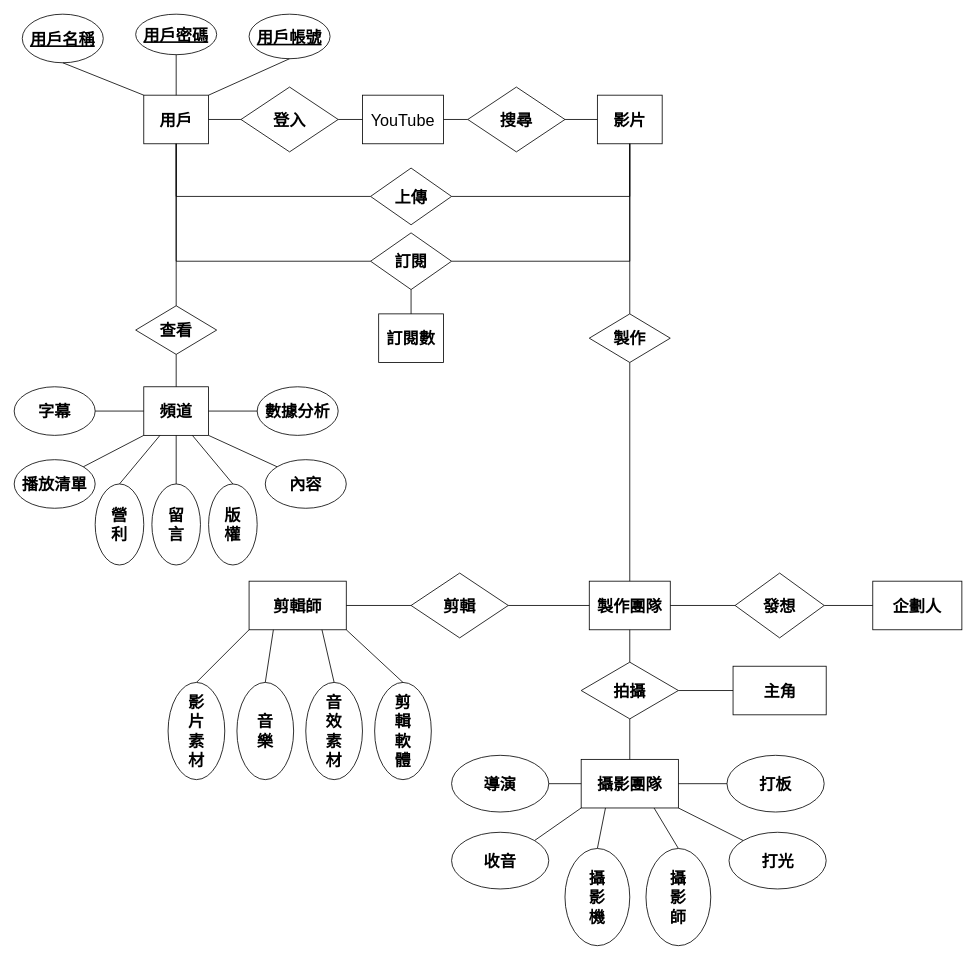
Before: .vscode/Untitled Diagram.drawio in aprilip/test, a draw.io diagram. Source tidied: cells renumbered, new cells numbered last; positions are measured from the earlier drawing's top-left corner, leaving out a move shared by most shapes. Both pictures are drawn from the tidied source at 81%, with x=0, y=0 at pixel (14, 14).
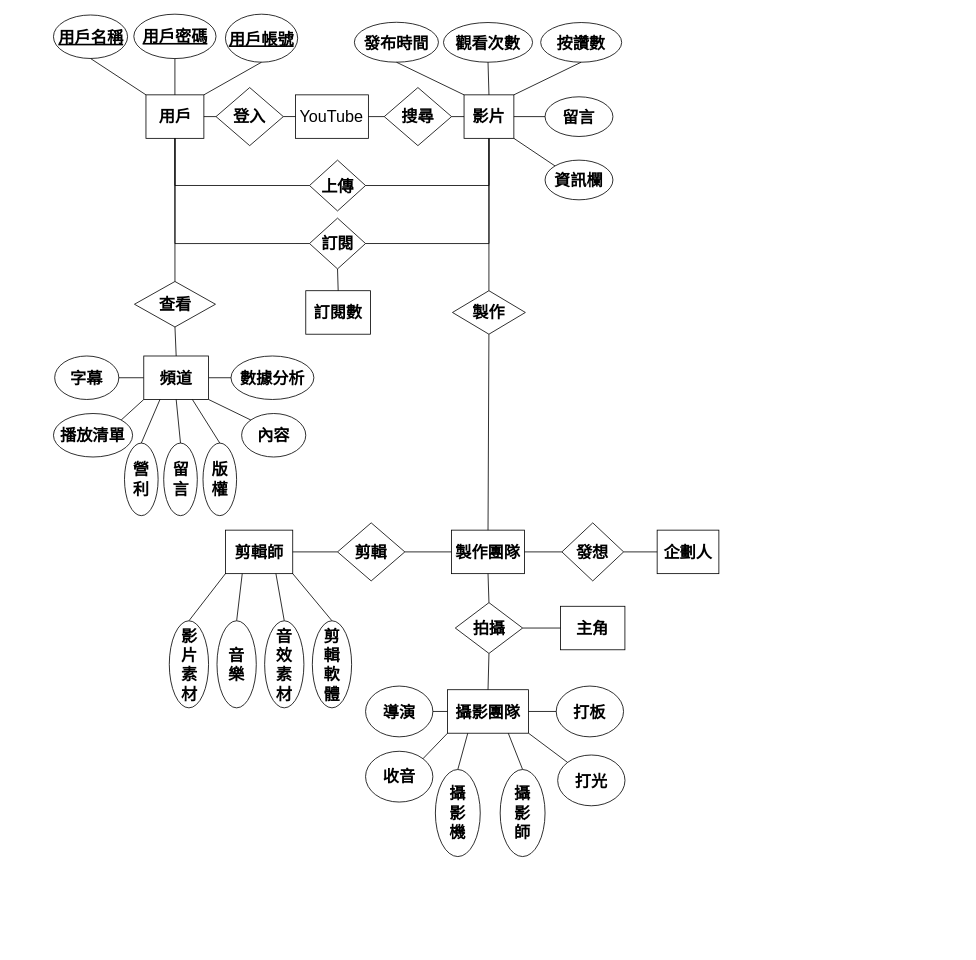
After the change.

The edit, as a diff of the source:
```diff
@@
+    <mxCell id="8" value="&lt;font style=&quot;font-size: 20px;&quot;&gt;&lt;u&gt;用戶名稱&lt;/u&gt;&lt;/font&gt;" style="ellipse;whiteSpace=wrap;html=1;startSize=30;fontStyle=1;" parent="1" vertex="1">
+      <mxGeometry x="48.5" y="1" width="91.5" height="53.7" as="geometry" />
+    </mxCell>
+    <mxCell id="27" style="endArrow=none;html=1;rounded=0;entryX=0;entryY=0;entryDx=0;entryDy=0;exitX=0.5;exitY=1;exitDx=0;exitDy=0;" parent="1" edge="1" source="8" target="6">
+      <mxGeometry relative="1" as="geometry" />
+    </mxCell>
+    <mxCell id="9" value="&lt;font style=&quot;font-size: 20px;&quot;&gt;&lt;u&gt;用戶帳號&lt;/u&gt;&lt;/font&gt;" style="ellipse;whiteSpace=wrap;html=1;startSize=30;fontStyle=1;" parent="1" vertex="1">
+      <mxGeometry x="260.8" width="89.2" height="59.3" as="geometry" />
+    </mxCell>
+    <mxCell id="5" style="edgeStyle=orthogonalEdgeStyle;rounded=0;jettySize=auto;html=1;strokeColor=none;" parent="1" edge="1" source="6" target="9">
+      <mxGeometry relative="1" as="geometry">
+        <Array as="points">
+          <mxPoint x="226.2" y="81.7" />
+          <mxPoint x="295.4" y="81.7" />
+        </Array>
+      </mxGeometry>
+    </mxCell>
+    <mxCell id="25" style="endArrow=none;html=1;rounded=0;exitX=1;exitY=0;exitDx=0;exitDy=0;entryX=0.5;entryY=1;entryDx=0;entryDy=0;" parent="1" edge="1" source="6" target="9">
+      <mxGeometry relative="1" as="geometry" />
+    </mxCell>
+    <mxCell id="20" value="&lt;font style=&quot;font-size: 20px;&quot;&gt;數據分析&lt;/font&gt;" style="ellipse;whiteSpace=wrap;html=1;startSize=30;fontStyle=1;" parent="1" vertex="1">
+      <mxGeometry x="267.7" y="422" width="102.3" height="53.7" as="geometry" />
+    </mxCell>
+    <mxCell id="41" style="endArrow=none;html=1;rounded=0;entryX=1;entryY=0.5;entryDx=0;entryDy=0;exitX=0;exitY=0.5;exitDx=0;exitDy=0;" parent="1" edge="1" source="20" target="11">
+      <mxGeometry relative="1" as="geometry" />
+    </mxCell>
+    <mxCell id="15" value="&lt;font style=&quot;font-size: 20px;&quot;&gt;字幕&lt;/font&gt;" style="ellipse;whiteSpace=wrap;html=1;startSize=30;fontStyle=1;" parent="1" vertex="1">
+      <mxGeometry x="50" y="422" width="79.2" height="53.7" as="geometry" />
+    </mxCell>
+    <mxCell id="40" style="endArrow=none;html=1;rounded=0;entryX=0;entryY=0.5;entryDx=0;entryDy=0;exitX=1;exitY=0.5;exitDx=0;exitDy=0;" parent="1" edge="1" source="15" target="11">
+      <mxGeometry relative="1" as="geometry" />
+    </mxCell>
     <mxCell id="2" value="&lt;font style=&quot;font-size: 20px;&quot;&gt;搜尋&lt;/font&gt;" style="rhombus;whiteSpace=wrap;html=1;startSize=30;fontStyle=1;" parent="1" vertex="1">
-      <mxGeometry x="560" y="90" width="120" height="80" as="geometry" />
+      <mxGeometry x="456.9" y="90.6" width="83.1" height="71.7" as="geometry" />
     </mxCell>
     <mxCell id="3" value="&lt;font style=&quot;font-size: 20px;&quot;&gt;登入&lt;/font&gt;" style="rhombus;whiteSpace=wrap;html=1;startSize=30;fontStyle=1;" parent="1" vertex="1">
-      <mxGeometry x="280" y="90" width="120" height="80" as="geometry" />
+      <mxGeometry x="249.2" y="90.6" width="83.1" height="71.7" as="geometry" />
     </mxCell>
     <mxCell id="4" value="&lt;font style=&quot;font-size: 20px;&quot;&gt;影片&lt;/font&gt;" style="whiteSpace=wrap;html=1;startSize=30;fontStyle=1;" parent="1" vertex="1">
-      <mxGeometry x="720" y="100" width="80" height="60" as="geometry" />
+      <mxGeometry x="555.4" y="99.6" width="61.5" height="53.7" as="geometry" />
     </mxCell>
-    <mxCell id="5" style="edgeStyle=orthogonalEdgeStyle;rounded=0;jettySize=auto;html=1;strokeColor=none;" parent="1" edge="1" source="6" target="9">
-      <mxGeometry relative="1" as="geometry">
-        <Array as="points">
-          <mxPoint x="240" y="80" />
-          <mxPoint x="340" y="80" />
-        </Array>
-      </mxGeometry>
-    </mxCell>
     <mxCell id="6" value="&lt;font style=&quot;font-size: 20px;&quot;&gt;用戶&lt;/font&gt;" style="whiteSpace=wrap;html=1;startSize=30;fontStyle=1;" parent="1" vertex="1">
-      <mxGeometry x="160" y="100" width="80" height="60" as="geometry" />
+      <mxGeometry x="162.7" y="99.6" width="71.5" height="53.7" as="geometry" />
     </mxCell>
-    <mxCell id="7" value="&lt;font style=&quot;font-size: 20px;&quot;&gt;&lt;u&gt;用戶密碼&lt;/u&gt;&lt;/font&gt;" style="ellipse;whiteSpace=wrap;html=1;startSize=30;fontStyle=1;" parent="1" vertex="1">
-      <mxGeometry x="150" width="100" height="50" as="geometry" />
-    </mxCell>
-    <mxCell id="8" value="&lt;font style=&quot;font-size: 20px;&quot;&gt;&lt;u&gt;用戶名稱&lt;/u&gt;&lt;/font&gt;" style="ellipse;whiteSpace=wrap;html=1;startSize=30;fontStyle=1;" parent="1" vertex="1">
-      <mxGeometry x="10" width="100" height="60" as="geometry" />
-    </mxCell>
-    <mxCell id="9" value="&lt;font style=&quot;font-size: 20px;&quot;&gt;&lt;u&gt;用戶帳號&lt;/u&gt;&lt;/font&gt;" style="ellipse;whiteSpace=wrap;html=1;startSize=30;fontStyle=1;" parent="1" vertex="1">
-      <mxGeometry x="290" width="100" height="55" as="geometry" />
-    </mxCell>
     <mxCell id="10" value="&lt;font style=&quot;font-size: 20px;&quot;&gt;查看&lt;/font&gt;" style="rhombus;whiteSpace=wrap;html=1;startSize=30;fontStyle=1;" parent="1" vertex="1">
-      <mxGeometry x="150" y="360" width="100" height="60" as="geometry" />
+      <mxGeometry x="148.5" y="330" width="100" height="56.2" as="geometry" />
     </mxCell>
     <mxCell id="11" value="&lt;font style=&quot;font-size: 20px;&quot;&gt;頻道&lt;/font&gt;" style="whiteSpace=wrap;html=1;startSize=30;fontStyle=1;" parent="1" vertex="1">
-      <mxGeometry x="160" y="460" width="80" height="60" as="geometry" />
+      <mxGeometry x="160" y="422" width="80" height="53.7" as="geometry" />
     </mxCell>
     <mxCell id="12" value="&lt;font style=&quot;font-size: 20px;&quot;&gt;上傳&lt;/font&gt;" style="rhombus;whiteSpace=wrap;html=1;startSize=30;fontStyle=1;" parent="1" vertex="1">
-      <mxGeometry x="440" y="190" width="100" height="70" as="geometry" />
+      <mxGeometry x="364.6" y="180.2" width="69.2" height="62.7" as="geometry" />
     </mxCell>
-    <mxCell id="13" style="edgeStyle=orthogonalEdgeStyle;rounded=0;jettySize=auto;html=1;exitX=1;exitY=0.5;exitDx=0;exitDy=0;" parent="1" edge="1" source="6">
-      <mxGeometry relative="1" as="geometry">
-        <mxPoint x="240" y="130" as="targetPoint" />
-      </mxGeometry>
-    </mxCell>
     <mxCell id="14" value="&lt;font style=&quot;font-size: 20px;&quot;&gt;訂閱&lt;/font&gt;" style="rhombus;whiteSpace=wrap;html=1;startSize=30;fontStyle=1;" parent="1" vertex="1">
-      <mxGeometry x="440" y="270" width="100" height="70" as="geometry" />
+      <mxGeometry x="364.6" y="251.8" width="69.2" height="62.7" as="geometry" />
     </mxCell>
-    <mxCell id="15" value="&lt;font style=&quot;font-size: 20px;&quot;&gt;字幕&lt;/font&gt;" style="ellipse;whiteSpace=wrap;html=1;startSize=30;fontStyle=1;" parent="1" vertex="1">
-      <mxGeometry y="460" width="100" height="60" as="geometry" />
-    </mxCell>
-    <mxCell id="16" value="&lt;font style=&quot;font-size: 20px;&quot;&gt;播放清單&lt;/font&gt;" style="ellipse;whiteSpace=wrap;html=1;startSize=30;fontStyle=1;" parent="1" vertex="1">
-      <mxGeometry y="550" width="100" height="60" as="geometry" />
-    </mxCell>
     <mxCell id="17" value="&lt;b style=&quot;font-size: 20px;&quot;&gt;營&lt;br&gt;利&lt;/b&gt;" style="ellipse;whiteSpace=wrap;html=1;direction=south;" parent="1" vertex="1">
-      <mxGeometry x="100" y="580" width="60" height="100" as="geometry" />
+      <mxGeometry x="136.2" y="529.5" width="41.5" height="89.6" as="geometry" />
     </mxCell>
     <mxCell id="18" value="&lt;b style=&quot;font-size: 20px;&quot;&gt;留&lt;br&gt;言&lt;/b&gt;" style="ellipse;whiteSpace=wrap;html=1;" parent="1" vertex="1">
-      <mxGeometry x="170" y="580" width="60" height="100" as="geometry" />
+      <mxGeometry x="184.6" y="529.5" width="41.5" height="89.6" as="geometry" />
     </mxCell>
     <mxCell id="19" value="&lt;b style=&quot;font-size: 20px;&quot;&gt;版&lt;br&gt;權&lt;/b&gt;" style="ellipse;whiteSpace=wrap;html=1;" parent="1" vertex="1">
-      <mxGeometry x="240" y="580" width="60" height="100" as="geometry" />
+      <mxGeometry x="233.1" y="529.5" width="41.5" height="89.6" as="geometry" />
     </mxCell>
-    <mxCell id="20" value="&lt;font style=&quot;font-size: 20px;&quot;&gt;數據分析&lt;/font&gt;" style="ellipse;whiteSpace=wrap;html=1;startSize=30;fontStyle=1;" parent="1" vertex="1">
-      <mxGeometry x="300" y="460" width="100" height="60" as="geometry" />
-    </mxCell>
     <mxCell id="21" value="&lt;font style=&quot;font-size: 20px;&quot;&gt;&lt;b&gt;內容&lt;/b&gt;&lt;/font&gt;" style="ellipse;whiteSpace=wrap;html=1;" parent="1" vertex="1">
-      <mxGeometry x="310" y="550" width="100" height="60" as="geometry" />
+      <mxGeometry x="280.8" y="493" width="79.2" height="53.7" as="geometry" />
     </mxCell>
     <mxCell id="22" value="&lt;font style=&quot;font-size: 20px;&quot;&gt;訂閱數&lt;/font&gt;" style="whiteSpace=wrap;html=1;startSize=30;fontStyle=1;" parent="1" vertex="1">
-      <mxGeometry x="450" y="370" width="80" height="60" as="geometry" />
+      <mxGeometry x="360" y="341.4" width="80" height="53.7" as="geometry" />
     </mxCell>
     <mxCell id="23" value="&lt;font style=&quot;font-size: 20px;&quot;&gt;製作&lt;/font&gt;" style="rhombus;whiteSpace=wrap;html=1;startSize=30;fontStyle=1;" parent="1" vertex="1">
-      <mxGeometry x="710" y="370" width="100" height="60" as="geometry" />
+      <mxGeometry x="541.1" y="341.4" width="90" height="53.7" as="geometry" />
     </mxCell>
     <mxCell id="24" value="&lt;font style=&quot;font-size: 20px;&quot;&gt;製作團隊&lt;/font&gt;" style="whiteSpace=wrap;html=1;startSize=30;fontStyle=1;" parent="1" vertex="1">
-      <mxGeometry x="710" y="700" width="100" height="60" as="geometry" />
+      <mxGeometry x="540" y="637" width="90" height="53.7" as="geometry" />
     </mxCell>
-    <mxCell id="25" style="endArrow=none;html=1;rounded=0;exitX=1;exitY=0;exitDx=0;exitDy=0;entryX=0.5;entryY=1;entryDx=0;entryDy=0;" parent="1" edge="1" source="6" target="9">
-      <mxGeometry relative="1" as="geometry" />
-    </mxCell>
-    <mxCell id="26" style="endArrow=none;html=1;rounded=0;exitX=0.5;exitY=0;exitDx=0;exitDy=0;entryX=0.5;entryY=1;entryDx=0;entryDy=0;" parent="1" edge="1" source="6" target="7">
-      <mxGeometry relative="1" as="geometry" />
-    </mxCell>
-    <mxCell id="27" style="endArrow=none;html=1;rounded=0;entryX=0;entryY=0;entryDx=0;entryDy=0;exitX=0.5;exitY=1;exitDx=0;exitDy=0;" parent="1" edge="1" source="8" target="6">
-      <mxGeometry relative="1" as="geometry" />
-    </mxCell>
@@
     <mxCell id="29" style="endArrow=none;html=1;rounded=0;exitX=0;exitY=0.5;exitDx=0;exitDy=0;" parent="1" edge="1" source="12">
       <mxGeometry relative="1" as="geometry">
-        <mxPoint x="200" y="160" as="targetPoint" />
+        <mxPoint x="198.5" y="153.3" as="targetPoint" />
         <Array as="points">
-          <mxPoint x="200" y="225" />
+          <mxPoint x="198.5" y="211.5" />
         </Array>
       </mxGeometry>
     </mxCell>
     <mxCell id="30" style="endArrow=none;html=1;rounded=0;exitX=0;exitY=0.5;exitDx=0;exitDy=0;" parent="1" edge="1" source="14">
       <mxGeometry relative="1" as="geometry">
-        <mxPoint x="200" y="160" as="targetPoint" />
+        <mxPoint x="198.5" y="153.3" as="targetPoint" />
         <Array as="points">
-          <mxPoint x="200" y="305" />
+          <mxPoint x="198.5" y="283.2" />
         </Array>
       </mxGeometry>
     </mxCell>
-    <mxCell id="31" style="endArrow=none;html=1;rounded=0;entryX=0;entryY=0.5;entryDx=0;entryDy=0;exitX=1;exitY=0.5;exitDx=0;exitDy=0;" parent="1" edge="1" source="6" target="3">
-      <mxGeometry relative="1" as="geometry" />
-    </mxCell>
     <mxCell id="32" style="endArrow=none;html=1;rounded=0;" parent="1" edge="1" source="3">
       <mxGeometry relative="1" as="geometry">
-        <mxPoint x="440" y="130" as="targetPoint" />
+        <mxPoint x="364.6" y="126.4" as="targetPoint" />
       </mxGeometry>
     </mxCell>
-    <mxCell id="33" style="endArrow=none;html=1;rounded=0;exitX=0;exitY=0.5;exitDx=0;exitDy=0;" parent="1" edge="1" source="2">
-      <mxGeometry relative="1" as="geometry">
-        <mxPoint x="530" y="130" as="targetPoint" />
-      </mxGeometry>
-    </mxCell>
@@
     <mxCell id="36" style="endArrow=none;html=1;rounded=0;entryX=0.5;entryY=1;entryDx=0;entryDy=0;exitX=1;exitY=0.5;exitDx=0;exitDy=0;" parent="1" edge="1" source="12" target="4">
       <mxGeometry relative="1" as="geometry">
         <Array as="points">
-          <mxPoint x="760" y="225" />
+          <mxPoint x="586.2" y="211.5" />
         </Array>
       </mxGeometry>
     </mxCell>
     <mxCell id="37" style="endArrow=none;html=1;rounded=0;exitX=1;exitY=0.5;exitDx=0;exitDy=0;entryX=0.5;entryY=1;entryDx=0;entryDy=0;" parent="1" edge="1" source="14" target="4">
       <mxGeometry relative="1" as="geometry">
         <Array as="points">
-          <mxPoint x="760" y="305" />
+          <mxPoint x="586.2" y="283.2" />
         </Array>
       </mxGeometry>
     </mxCell>
@@
-    <mxCell id="40" style="endArrow=none;html=1;rounded=0;entryX=0;entryY=0.5;entryDx=0;entryDy=0;exitX=1;exitY=0.5;exitDx=0;exitDy=0;" parent="1" edge="1" source="15" target="11">
-      <mxGeometry relative="1" as="geometry" />
-    </mxCell>
-    <mxCell id="41" style="endArrow=none;html=1;rounded=0;entryX=1;entryY=0.5;entryDx=0;entryDy=0;exitX=0;exitY=0.5;exitDx=0;exitDy=0;" parent="1" edge="1" source="20" target="11">
-      <mxGeometry relative="1" as="geometry" />
-    </mxCell>
-    <mxCell id="42" style="endArrow=none;html=1;rounded=0;entryX=0;entryY=1;entryDx=0;entryDy=0;exitX=1;exitY=0;exitDx=0;exitDy=0;" parent="1" edge="1" source="16" target="11">
-      <mxGeometry relative="1" as="geometry" />
-    </mxCell>
@@
     <mxCell id="48" value="&lt;font style=&quot;font-size: 20px;&quot;&gt;發想&lt;/font&gt;" style="rhombus;whiteSpace=wrap;html=1;startSize=30;fontStyle=1;" parent="1" vertex="1">
-      <mxGeometry x="890" y="690" width="110" height="80" as="geometry" />
+      <mxGeometry x="676.2" y="628" width="76.2" height="71.7" as="geometry" />
     </mxCell>
     <mxCell id="49" value="&lt;font style=&quot;font-size: 20px;&quot;&gt;企劃人&lt;/font&gt;" style="whiteSpace=wrap;html=1;startSize=30;fontStyle=1;" parent="1" vertex="1">
-      <mxGeometry x="1060" y="700" width="110" height="60" as="geometry" />
+      <mxGeometry x="793.8" y="637" width="76.2" height="53.7" as="geometry" />
     </mxCell>
     <mxCell id="50" value="&lt;font style=&quot;font-size: 20px;&quot;&gt;拍攝&lt;/font&gt;" style="rhombus;whiteSpace=wrap;html=1;startSize=30;fontStyle=1;" parent="1" vertex="1">
-      <mxGeometry x="700" y="800" width="120" height="70" as="geometry" />
+      <mxGeometry x="544.6" y="726.5" width="83.1" height="62.7" as="geometry" />
     </mxCell>
-    <mxCell id="51" style="edgeStyle=none;rounded=0;orthogonalLoop=1;jettySize=auto;html=1;exitX=1;exitY=1;exitDx=0;exitDy=0;" parent="1" edge="1" source="50" target="50">
-      <mxGeometry relative="1" as="geometry" />
-    </mxCell>
     <mxCell id="52" value="&lt;font style=&quot;font-size: 20px;&quot;&gt;主角&lt;/font&gt;" style="whiteSpace=wrap;html=1;startSize=30;fontStyle=1;" parent="1" vertex="1">
-      <mxGeometry x="887.5" y="805" width="115" height="60" as="geometry" />
+      <mxGeometry x="674.4" y="731" width="79.6" height="53.7" as="geometry" />
     </mxCell>
     <mxCell id="53" value="&lt;font style=&quot;font-size: 20px;&quot;&gt;攝影團隊&lt;/font&gt;" style="whiteSpace=wrap;html=1;startSize=30;fontStyle=1;" parent="1" vertex="1">
-      <mxGeometry x="700" y="920" width="120" height="60" as="geometry" />
+      <mxGeometry x="535" y="834" width="100" height="53.7" as="geometry" />
     </mxCell>
     <mxCell id="54" value="&lt;b&gt;&lt;font style=&quot;font-size: 20px;&quot;&gt;打板&lt;/font&gt;&lt;/b&gt;" style="ellipse;whiteSpace=wrap;html=1;" parent="1" vertex="1">
-      <mxGeometry x="880" y="915" width="120" height="70" as="geometry" />
+      <mxGeometry x="669.2" y="829.5" width="83.1" height="62.7" as="geometry" />
     </mxCell>
     <mxCell id="55" value="&lt;span style=&quot;font-size: 20px;&quot;&gt;&lt;b&gt;打光&lt;/b&gt;&lt;/span&gt;" style="ellipse;whiteSpace=wrap;html=1;" parent="1" vertex="1">
-      <mxGeometry x="882.5" y="1010" width="120" height="70" as="geometry" />
+      <mxGeometry x="671" y="914.6" width="83.1" height="62.7" as="geometry" />
     </mxCell>
     <mxCell id="56" value="&lt;b&gt;&lt;font style=&quot;font-size: 20px;&quot;&gt;導演&lt;/font&gt;&lt;/b&gt;" style="ellipse;whiteSpace=wrap;html=1;" parent="1" vertex="1">
-      <mxGeometry x="540" y="915" width="120" height="70" as="geometry" />
+      <mxGeometry x="433.8" y="829.5" width="83.1" height="62.7" as="geometry" />
     </mxCell>
     <mxCell id="57" value="&lt;b&gt;&lt;font style=&quot;font-size: 20px;&quot;&gt;收音&lt;/font&gt;&lt;/b&gt;" style="ellipse;whiteSpace=wrap;html=1;" parent="1" vertex="1">
-      <mxGeometry x="540" y="1010" width="120" height="70" as="geometry" />
+      <mxGeometry x="433.8" y="910" width="83.1" height="62.7" as="geometry" />
     </mxCell>
     <mxCell id="58" value="&lt;font style=&quot;font-size: 20px;&quot;&gt;剪輯&lt;/font&gt;" style="rhombus;whiteSpace=wrap;html=1;startSize=30;fontStyle=1;" parent="1" vertex="1">
-      <mxGeometry x="490" y="690" width="120" height="80" as="geometry" />
+      <mxGeometry x="399.2" y="628" width="83.1" height="71.7" as="geometry" />
     </mxCell>
     <mxCell id="59" value="&lt;font style=&quot;font-size: 20px;&quot;&gt;剪輯師&lt;/font&gt;" style="whiteSpace=wrap;html=1;startSize=30;fontStyle=1;" parent="1" vertex="1">
-      <mxGeometry x="290" y="700" width="120" height="60" as="geometry" />
+      <mxGeometry x="260.8" y="637" width="83.1" height="53.7" as="geometry" />
     </mxCell>
@@
     <mxCell id="77" value="&lt;font style=&quot;font-size: 20px;&quot;&gt;YouTube&lt;/font&gt;" style="rounded=0;whiteSpace=wrap;html=1;" parent="1" vertex="1">
-      <mxGeometry x="430" y="100" width="100" height="60" as="geometry" />
+      <mxGeometry x="347.3" y="99.6" width="90" height="53.7" as="geometry" />
     </mxCell>
     <mxCell id="78" value="&lt;span style=&quot;font-size: 20px;&quot;&gt;&lt;b&gt;攝&lt;br&gt;影&lt;br&gt;機&lt;br&gt;&lt;/b&gt;&lt;/span&gt;" style="ellipse;whiteSpace=wrap;html=1;" parent="1" vertex="1">
-      <mxGeometry x="680" y="1030" width="80" height="120" as="geometry" />
+      <mxGeometry x="520" y="932.5" width="55.4" height="107.5" as="geometry" />
     </mxCell>
     <mxCell id="79" value="&lt;span style=&quot;font-size: 20px;&quot;&gt;&lt;b&gt;攝&lt;br&gt;影&lt;br&gt;師&lt;br&gt;&lt;/b&gt;&lt;/span&gt;" style="ellipse;whiteSpace=wrap;html=1;" parent="1" vertex="1">
-      <mxGeometry x="780" y="1030" width="80" height="120" as="geometry" />
+      <mxGeometry x="600" y="932.5" width="55.4" height="107.5" as="geometry" />
     </mxCell>
     <mxCell id="80" value="&lt;span style=&quot;font-size: 20px;&quot;&gt;&lt;b&gt;影&lt;br&gt;片&lt;br&gt;素&lt;br&gt;材&lt;br&gt;&lt;/b&gt;&lt;/span&gt;" style="ellipse;whiteSpace=wrap;html=1;" parent="1" vertex="1">
-      <mxGeometry x="190" y="825" width="70" height="120" as="geometry" />
+      <mxGeometry x="191.5" y="748.9" width="48.5" height="107.5" as="geometry" />
     </mxCell>
     <mxCell id="81" value="&lt;span style=&quot;font-size: 20px;&quot;&gt;&lt;b&gt;音&lt;br&gt;樂&lt;br&gt;&lt;/b&gt;&lt;/span&gt;" style="ellipse;whiteSpace=wrap;html=1;" parent="1" vertex="1">
-      <mxGeometry x="275" y="825" width="70" height="120" as="geometry" />
+      <mxGeometry x="250.4" y="748.9" width="48.5" height="107.5" as="geometry" />
     </mxCell>
     <mxCell id="82" value="&lt;span style=&quot;font-size: 20px;&quot;&gt;&lt;b&gt;音&lt;br&gt;效&lt;br&gt;素&lt;br&gt;材&lt;br&gt;&lt;/b&gt;&lt;/span&gt;" style="ellipse;whiteSpace=wrap;html=1;" parent="1" vertex="1">
-      <mxGeometry x="360" y="825" width="70" height="120" as="geometry" />
+      <mxGeometry x="309.2" y="748.9" width="48.5" height="107.5" as="geometry" />
     </mxCell>
     <mxCell id="83" value="&lt;span style=&quot;font-size: 20px;&quot;&gt;&lt;b&gt;剪&lt;br&gt;輯&lt;br&gt;軟&lt;br&gt;體&lt;br&gt;&lt;/b&gt;&lt;/span&gt;" style="ellipse;whiteSpace=wrap;html=1;" parent="1" vertex="1">
-      <mxGeometry x="445" y="825" width="70" height="120" as="geometry" />
+      <mxGeometry x="368.1" y="748.9" width="48.5" height="107.5" as="geometry" />
     </mxCell>
+    <mxCell id="7" value="&lt;font style=&quot;font-size: 20px;&quot;&gt;&lt;u&gt;用戶密碼&lt;/u&gt;&lt;/font&gt;" style="ellipse;whiteSpace=wrap;html=1;startSize=30;fontStyle=1;" parent="1" vertex="1">
+      <mxGeometry x="147.7" width="101.5" height="54.8" as="geometry" />
+    </mxCell>
+    <mxCell id="26" style="endArrow=none;html=1;rounded=0;exitX=0.5;exitY=0;exitDx=0;exitDy=0;entryX=0.5;entryY=1;entryDx=0;entryDy=0;" parent="1" edge="1" source="6" target="7">
+      <mxGeometry relative="1" as="geometry" />
+    </mxCell>
+    <mxCell id="16" value="&lt;font style=&quot;font-size: 20px;&quot;&gt;播放清單&lt;/font&gt;" style="ellipse;whiteSpace=wrap;html=1;startSize=30;fontStyle=1;" parent="1" vertex="1">
+      <mxGeometry x="48.5" y="493" width="97.7" height="53.7" as="geometry" />
+    </mxCell>
+    <mxCell id="42" style="endArrow=none;html=1;rounded=0;entryX=0;entryY=1;entryDx=0;entryDy=0;exitX=1;exitY=0;exitDx=0;exitDy=0;" parent="1" edge="1" source="16" target="11">
+      <mxGeometry relative="1" as="geometry" />
+    </mxCell>
+    <mxCell id="84" style="endArrow=none;html=1;rounded=0;fontSize=20;entryX=1;entryY=0.5;entryDx=0;entryDy=0;exitX=0;exitY=0.5;exitDx=0;exitDy=0;" parent="1" edge="1" source="2" target="77">
+      <mxGeometry relative="1" as="geometry" />
+    </mxCell>
+    <mxCell id="85" style="endArrow=none;html=1;rounded=0;fontSize=20;entryX=1;entryY=0.5;entryDx=0;entryDy=0;exitX=0;exitY=0.5;exitDx=0;exitDy=0;" parent="1" edge="1" source="3" target="6">
+      <mxGeometry relative="1" as="geometry" />
+    </mxCell>
+    <mxCell id="86" value="&lt;b&gt;發布時間&lt;/b&gt;" style="ellipse;whiteSpace=wrap;html=1;fontSize=20;" parent="1" vertex="1">
+      <mxGeometry x="420" y="10" width="103.8" height="49.3" as="geometry" />
+    </mxCell>
+    <mxCell id="87" value="&lt;b&gt;觀看次數&lt;/b&gt;" style="ellipse;whiteSpace=wrap;html=1;fontSize=20;" parent="1" vertex="1">
+      <mxGeometry x="530" y="10.3" width="110" height="49" as="geometry" />
+    </mxCell>
+    <mxCell id="88" value="&lt;b&gt;留言&lt;/b&gt;" style="ellipse;whiteSpace=wrap;html=1;fontSize=20;" parent="1" vertex="1">
+      <mxGeometry x="655.4" y="102" width="83.8" height="49" as="geometry" />
+    </mxCell>
+    <mxCell id="89" value="&lt;b&gt;按讚數&lt;/b&gt;" style="ellipse;whiteSpace=wrap;html=1;fontSize=20;" parent="1" vertex="1">
+      <mxGeometry x="650" y="10.3" width="100" height="49" as="geometry" />
+    </mxCell>
+    <mxCell id="90" value="&lt;b&gt;資訊欄&lt;/b&gt;" style="ellipse;whiteSpace=wrap;html=1;fontSize=20;" parent="1" vertex="1">
+      <mxGeometry x="655.4" y="180.2" width="83.8" height="49" as="geometry" />
+    </mxCell>
+    <mxCell id="91" style="endArrow=none;html=1;rounded=0;fontSize=20;entryX=0.5;entryY=1;entryDx=0;entryDy=0;exitX=0;exitY=0;exitDx=0;exitDy=0;" parent="1" edge="1" source="4" target="86">
+      <mxGeometry relative="1" as="geometry" />
+    </mxCell>
+    <mxCell id="92" style="endArrow=none;html=1;rounded=0;fontSize=20;entryX=0.5;entryY=1;entryDx=0;entryDy=0;exitX=0.5;exitY=0;exitDx=0;exitDy=0;" parent="1" edge="1" source="4" target="87">
+      <mxGeometry relative="1" as="geometry" />
+    </mxCell>
+    <mxCell id="93" style="endArrow=none;html=1;rounded=0;fontSize=20;entryX=0.5;entryY=1;entryDx=0;entryDy=0;exitX=1;exitY=0;exitDx=0;exitDy=0;" parent="1" edge="1" source="4" target="89">
+      <mxGeometry relative="1" as="geometry" />
+    </mxCell>
+    <mxCell id="94" style="endArrow=none;html=1;rounded=0;fontSize=20;entryX=0;entryY=0.5;entryDx=0;entryDy=0;exitX=1;exitY=0.5;exitDx=0;exitDy=0;" parent="1" edge="1" source="4" target="88">
+      <mxGeometry relative="1" as="geometry" />
+    </mxCell>
+    <mxCell id="95" style="endArrow=none;html=1;rounded=0;fontSize=20;entryX=0;entryY=0;entryDx=0;entryDy=0;exitX=1;exitY=1;exitDx=0;exitDy=0;" parent="1" edge="1" source="4" target="90">
+      <mxGeometry relative="1" as="geometry" />
+    </mxCell>
```
